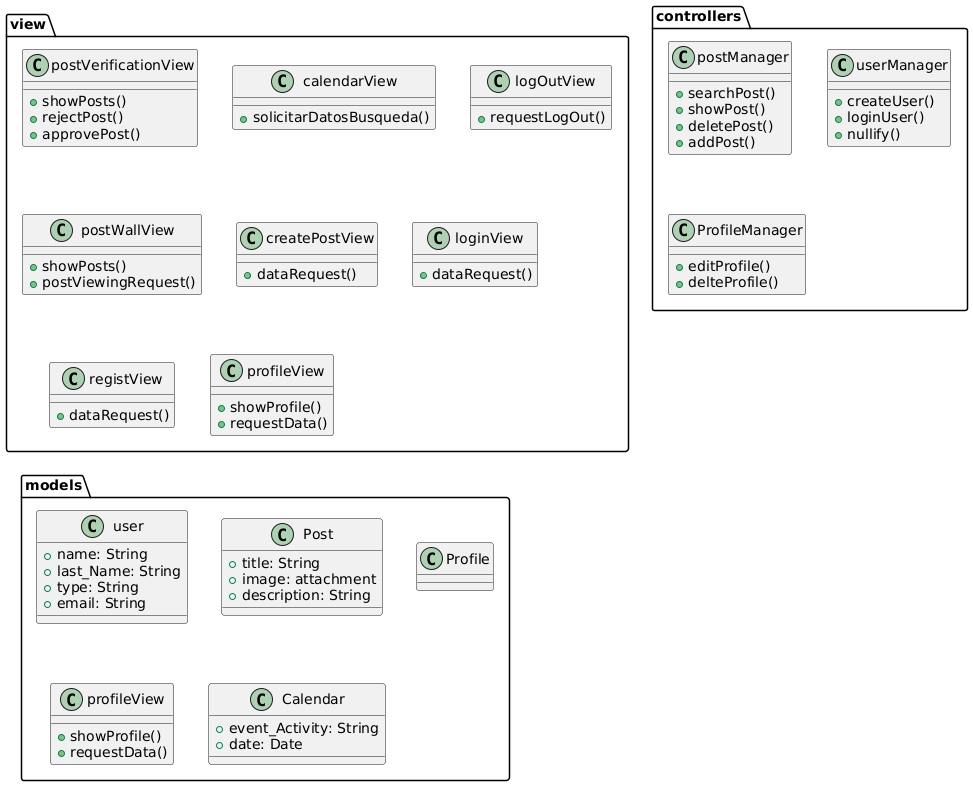
Earlier version of the PlantUML export docs/scenariosView/img/packageDiagramDescription.png (Dayannis-07/ING_SOFT).
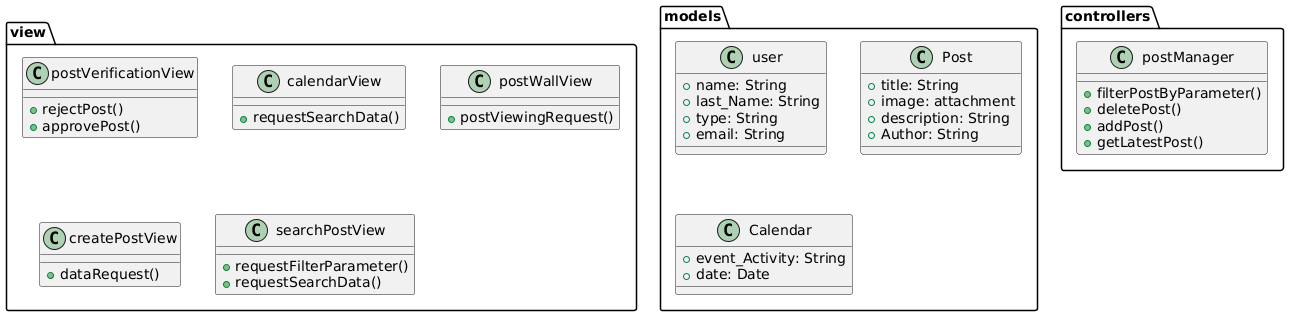
Above is the later version.

The edit, as a diff of the source:
```diff
@@ -3,52 +3,33 @@
 
 package view <<Folder>> {
     class postVerificationView{
-        +showPosts()
         +rejectPost()
         +approvePost()
     }
     class calendarView{
-        +solicitarDatosBusqueda()
+        +requestSearchData()
     }
 
-    class logOutView{
-        +requestLogOut()
-    }
     class postWallView{
-        +showPosts()
         +postViewingRequest()
     }
     class createPostView{
         +dataRequest()
     }
-    class loginView{
-        +dataRequest()
-    }
-    class registView{
-        +dataRequest()
-    }
-    class profileView{
-        +showProfile()
-        +requestData()
+    class searchPostView{
+  +requestFilterParameter()
+  +requestSearchData()
     }
 }
 
+
 package controllers <<Folder>> {
     class postManager{
-        +searchPost()
-        +showPost()
-        +deletePost()
-        +addPost()
-    }
-    class userManager{
-        +createUser()
-        +loginUser()
-        +nullify()
-    }
-    class ProfileManager{
-        +editProfile()
-        +delteProfile()
-    }
++filterPostByParameter()
++deletePost()
++addPost()
++ getLatestPost()
+}
 }
 
 package models <<Folder>> {
@@ -62,11 +43,7 @@
         +title: String
         +image: attachment
         +description: String
-    }
-    class Profile{}
-    class profileView{
-        +showProfile()
-        +requestData()
+        + Author: String
     }
     class Calendar{
         +event_Activity: String
```
